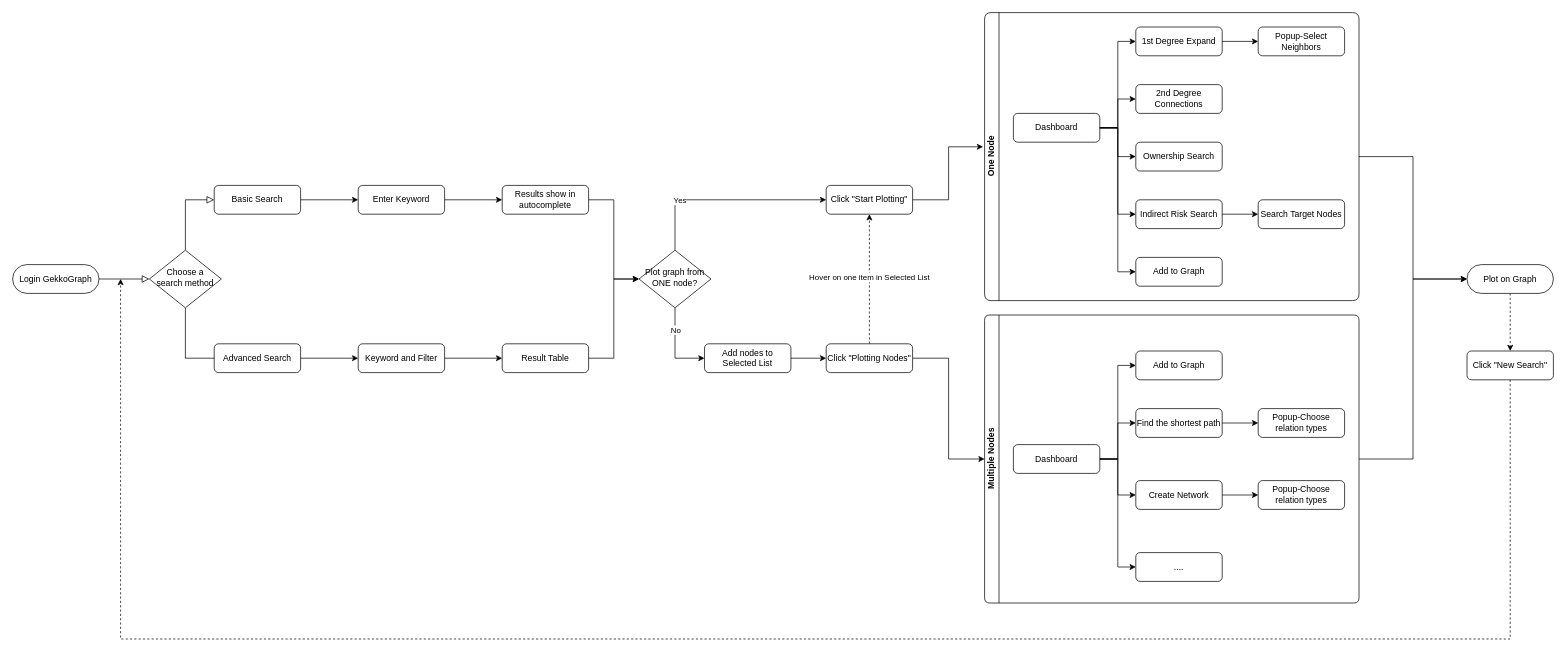
wanzihuksy/wanzi-yo keeps this draw.io diagram as Graph v2.9.drawio. Above is the earlier version. Source tidied: cells renumbered, new cells numbered last; positions are measured from the earlier drawing's top-left corner, leaving out a move shared by most shapes. Both pictures are drawn from the tidied source at 72%, with x=0, y=0 at pixel (12, 12).
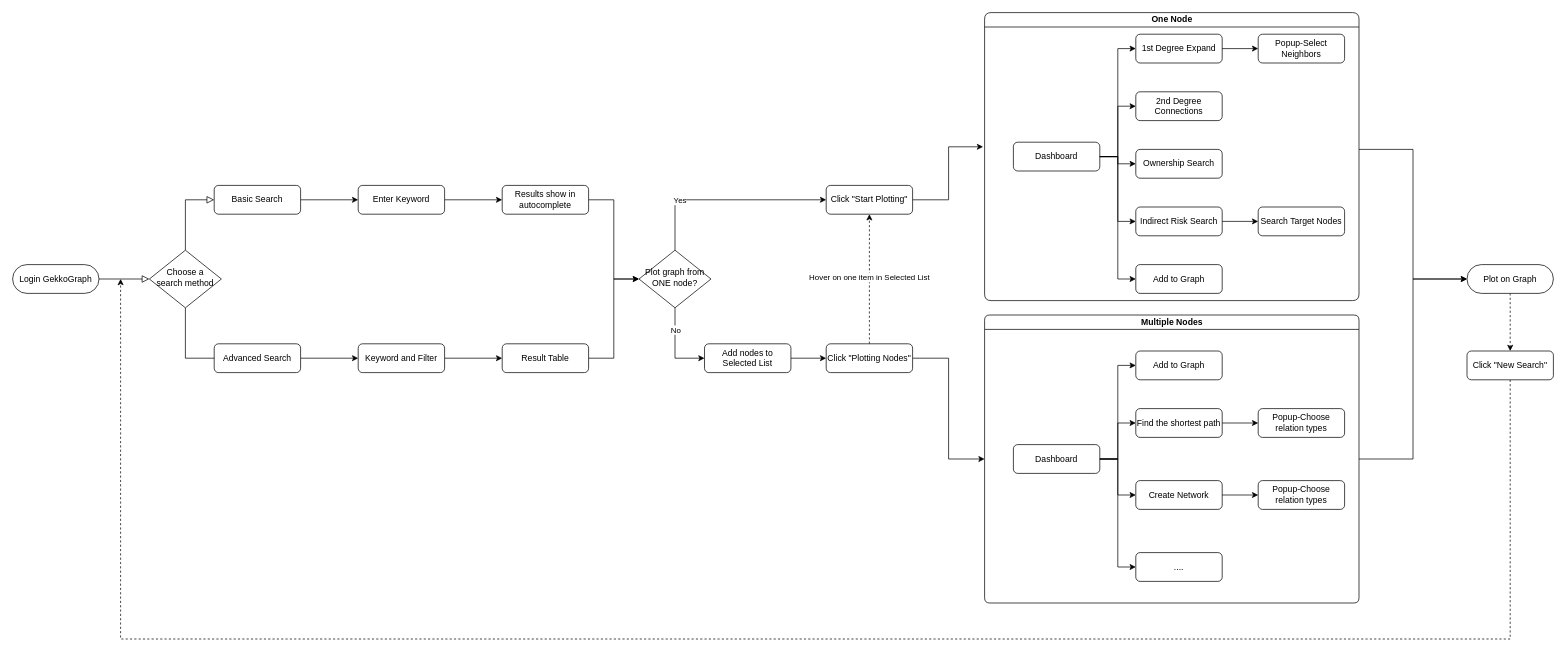
The same page after the edit.

The change refers to these unchanged cells:
```xml
<mxCell id="65" value="Plot on Graph" style="rounded=1;whiteSpace=wrap;html=1;fontSize=12;glass=0;strokeWidth=1;shadow=0;arcSize=50;" parent="1" vertex="1">
  <mxGeometry x="2020" y="350" width="120" height="40" as="geometry" />
</mxCell>
```

What changed in the source:
```diff
@@
     <mxCell id="32" style="edgeStyle=orthogonalEdgeStyle;rounded=0;jettySize=auto;html=1;entryX=0;entryY=0.5;entryDx=0;entryDy=0;" parent="1" edge="1" source="33" target="65">
-      <mxGeometry relative="1" as="geometry" />
+      <mxGeometry relative="1" as="geometry">
+        <Array as="points">
+          <mxPoint x="1945" y="190" />
+          <mxPoint x="1945" y="370" />
+        </Array>
+      </mxGeometry>
     </mxCell>
-    <mxCell id="33" value="One Node" style="swimlane;html=1;startSize=20;horizontal=0;horizontalTree=1;containerType=tree;rounded=1;shadow=0;glass=0;strokeWidth=1;" parent="1" vertex="1">
+    <mxCell id="33" value="One Node" style="swimlane;html=1;startSize=20;horizontal=1;horizontalTree=1;containerType=tree;rounded=1;shadow=0;glass=0;strokeWidth=1;noLabel=0;portConstraintRotation=0;backgroundOutline=0;" parent="1" vertex="1">
       <mxGeometry x="1350" width="520" height="400" as="geometry" />
     </mxCell>
@@
     <mxCell id="35" value="Dashboard" style="rounded=1;whiteSpace=wrap;html=1;fontSize=12;glass=0;strokeWidth=1;shadow=0;" parent="33" vertex="1">
-      <mxGeometry x="40" y="140" width="120" height="40" as="geometry" />
+      <mxGeometry x="40" y="180" width="120" height="40" as="geometry" />
     </mxCell>
     <mxCell id="36" value="1st Degree Expand" style="rounded=1;whiteSpace=wrap;html=1;fontSize=12;glass=0;strokeWidth=1;shadow=0;" parent="33" vertex="1">
-      <mxGeometry x="210" y="20" width="120" height="40" as="geometry" />
+      <mxGeometry x="210" y="30" width="120" height="40" as="geometry" />
     </mxCell>
     <mxCell id="37" value="2nd Degree Connections" style="rounded=1;whiteSpace=wrap;html=1;fontSize=12;glass=0;strokeWidth=1;shadow=0;" parent="33" vertex="1">
-      <mxGeometry x="210" y="100" width="120" height="40" as="geometry" />
+      <mxGeometry x="210" y="110" width="120" height="40" as="geometry" />
     </mxCell>
@@
     <mxCell id="39" value="Ownership Search" style="rounded=1;whiteSpace=wrap;html=1;fontSize=12;glass=0;strokeWidth=1;shadow=0;" parent="33" vertex="1">
-      <mxGeometry x="210" y="180" width="120" height="40" as="geometry" />
+      <mxGeometry x="210" y="190" width="120" height="40" as="geometry" />
     </mxCell>
@@
     <mxCell id="41" value="Indirect Risk Search" style="rounded=1;whiteSpace=wrap;html=1;fontSize=12;glass=0;strokeWidth=1;shadow=0;" parent="33" vertex="1">
-      <mxGeometry x="210" y="260" width="120" height="40" as="geometry" />
+      <mxGeometry x="210" y="270" width="120" height="40" as="geometry" />
     </mxCell>
@@
     <mxCell id="44" value="Popup-Select Neighbors" style="rounded=1;whiteSpace=wrap;html=1;fontSize=12;glass=0;strokeWidth=1;shadow=0;" parent="33" vertex="1">
-      <mxGeometry x="380" y="20" width="120" height="40" as="geometry" />
+      <mxGeometry x="380" y="30" width="120" height="40" as="geometry" />
     </mxCell>
@@
     <mxCell id="46" value="Search Target Nodes" style="rounded=1;whiteSpace=wrap;html=1;fontSize=12;glass=0;strokeWidth=1;shadow=0;" parent="33" vertex="1">
-      <mxGeometry x="380" y="260" width="120" height="40" as="geometry" />
+      <mxGeometry x="380" y="270" width="120" height="40" as="geometry" />
     </mxCell>
@@
     <mxCell id="48" value="Add to Graph" style="rounded=1;whiteSpace=wrap;html=1;fontSize=12;glass=0;strokeWidth=1;shadow=0;" parent="33" vertex="1">
-      <mxGeometry x="210" y="340" width="120" height="40" as="geometry" />
+      <mxGeometry x="210" y="350" width="120" height="40" as="geometry" />
     </mxCell>
@@
-    <mxCell id="50" value="Multiple Nodes" style="swimlane;html=1;startSize=20;horizontal=0;horizontalTree=1;containerType=tree;rounded=1;shadow=0;glass=0;strokeWidth=1;arcSize=12;" parent="1" vertex="1">
+    <mxCell id="50" value="Multiple Nodes" style="swimlane;html=1;startSize=20;horizontal=1;horizontalTree=1;containerType=tree;rounded=1;shadow=0;glass=0;strokeWidth=1;arcSize=12;" parent="1" vertex="1">
       <mxGeometry x="1350" y="420" width="520" height="400" as="geometry" />
     </mxCell>
```
